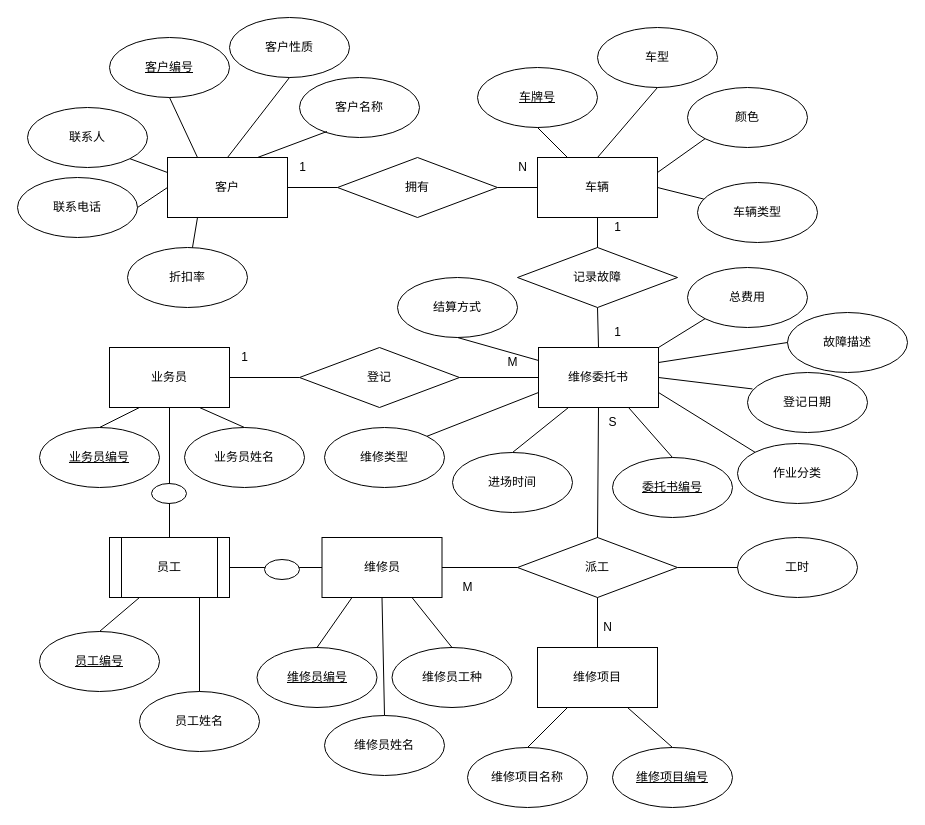
The draw.io diagram page "第 1 页" (1 of 4) of 未命名绘图.drawio in yxy235/DB, before the edit. Source tidied: cells renumbered, new cells numbered last; positions are measured from the earlier drawing's top-left corner, leaving out a move shared by most shapes. Both pictures are drawn from the tidied source at 100%, with x=0, y=0 at pixel (17, 17).
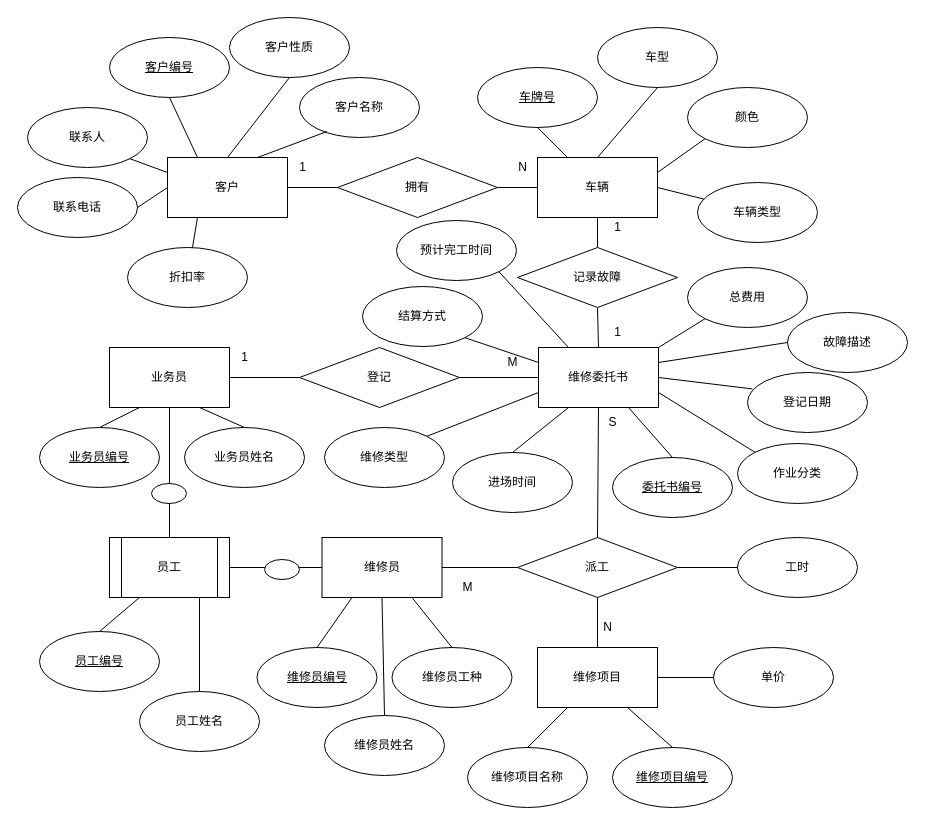
Above is the later version.

Commit message:
更新未命名绘图.drawio

Unchanged cells that the change refers to:
```xml
<mxCell id="24" value="维修项目" style="whiteSpace=wrap;html=1;" parent="1" vertex="1">
  <mxGeometry x="520" y="630" width="120" height="60" as="geometry" />
</mxCell>
<mxCell id="27" value="维修委托书" style="whiteSpace=wrap;html=1;" parent="1" vertex="1">
  <mxGeometry x="521" y="330" width="120" height="60" as="geometry" />
</mxCell>
```

The edit, as a diff of the source:
```diff
@@
     <mxCell id="30" value="结算方式" style="ellipse;whiteSpace=wrap;html=1;" parent="1" vertex="1">
-      <mxGeometry x="380" y="260" width="120" height="60" as="geometry" />
+      <mxGeometry x="345" y="269" width="120" height="60" as="geometry" />
     </mxCell>
@@
-    <mxCell id="53" style="endArrow=none;html=1;rounded=0;exitX=0.5;exitY=1;exitDx=0;exitDy=0;" parent="1" edge="1" source="30" target="27">
+    <mxCell id="53" style="endArrow=none;html=1;rounded=0;exitX=1;exitY=1;exitDx=0;exitDy=0;entryX=0;entryY=0.25;entryDx=0;entryDy=0;" parent="1" edge="1" source="30" target="27">
       <mxGeometry relative="1" as="geometry" />
     </mxCell>
@@
+    <mxCell id="93" value="&lt;div&gt;预计完工时间&lt;/div&gt;" style="ellipse;whiteSpace=wrap;html=1;" parent="1" vertex="1">
+      <mxGeometry x="379" y="203" width="120" height="60" as="geometry" />
+    </mxCell>
+    <mxCell id="94" style="endArrow=none;html=1;rounded=0;entryX=1;entryY=1;entryDx=0;entryDy=0;exitX=0.25;exitY=0;exitDx=0;exitDy=0;" parent="1" edge="1" source="27" target="93">
+      <mxGeometry relative="1" as="geometry" />
+    </mxCell>
+    <mxCell id="95" value="单价" style="ellipse;whiteSpace=wrap;html=1;" parent="1" vertex="1">
+      <mxGeometry x="696" y="630" width="120" height="60" as="geometry" />
+    </mxCell>
+    <mxCell id="96" style="endArrow=none;html=1;rounded=0;exitX=1;exitY=0.5;exitDx=0;exitDy=0;entryX=0;entryY=0.5;entryDx=0;entryDy=0;" parent="1" edge="1" source="24" target="95">
+      <mxGeometry relative="1" as="geometry" />
+    </mxCell>
```
